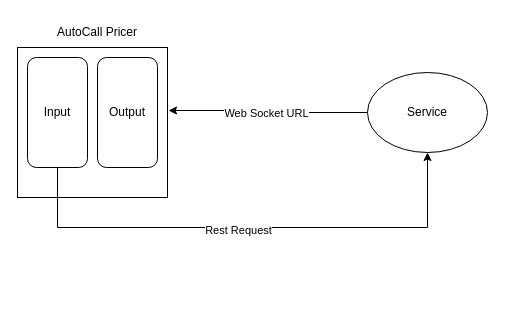
Earlier version of the draw.io diagram src/autocall.drawio (appasaheb4/assessment). Source tidied: cells renumbered, new cells numbered last; positions are measured from the earlier drawing's top-left corner, leaving out a move shared by most shapes. Both pictures are drawn from the tidied source at 100%, with x=0, y=0 at pixel (17, 17).
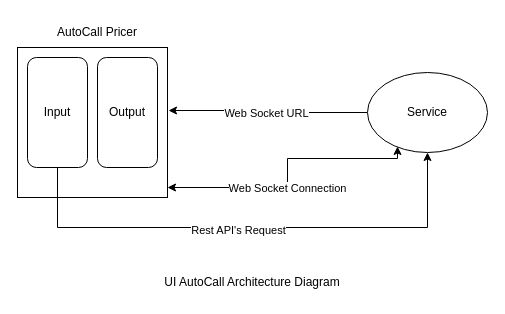
The same page after the edit.

Change to the diagram source:
```diff
@@
 <mxGraphModel>
   <root>
     <mxCell id="0" />
     <mxCell id="1" parent="0" />
+    <mxCell id="11" style="edgeStyle=orthogonalEdgeStyle;rounded=0;jettySize=auto;html=1;startArrow=classic;startFill=1;entryX=0.25;entryY=0.925;entryDx=0;entryDy=0;entryPerimeter=0;" parent="1" edge="1" target="10">
+      <mxGeometry relative="1" as="geometry">
+        <mxPoint x="150" y="170" as="sourcePoint" />
+        <Array as="points">
+          <mxPoint x="270" y="170" />
+          <mxPoint x="270" y="141" />
+          <mxPoint x="380" y="141" />
+        </Array>
+      </mxGeometry>
+    </mxCell>
+    <mxCell id="12" value="Web Socket Connection" style="edgeLabel;html=1;align=center;verticalAlign=middle;" parent="11" vertex="1">
+      <mxGeometry x="-0.12" relative="1" as="geometry" />
+    </mxCell>
     <mxCell id="2" value="&lt;div&gt;&lt;br&gt;&lt;/div&gt;&lt;div&gt;&lt;br&gt;&lt;/div&gt;" style="whiteSpace=wrap;html=1;" parent="1" vertex="1">
       <mxGeometry y="30" width="150" height="150" as="geometry" />
     </mxCell>
     <mxCell id="3" style="edgeStyle=orthogonalEdgeStyle;rounded=0;jettySize=auto;html=1;exitX=0.5;exitY=1;exitDx=0;exitDy=0;entryX=0.5;entryY=1;entryDx=0;entryDy=0;" parent="1" edge="1" source="5" target="10">
       <mxGeometry relative="1" as="geometry">
         <Array as="points">
           <mxPoint x="40" y="210" />
           <mxPoint x="410" y="210" />
         </Array>
       </mxGeometry>
     </mxCell>
-    <mxCell id="4" value="Rest Request" style="edgeLabel;html=1;align=center;verticalAlign=middle;" parent="3" vertex="1">
+    <mxCell id="4" value="Rest API's Request" style="edgeLabel;html=1;align=center;verticalAlign=middle;" parent="3" vertex="1">
       <mxGeometry x="-0.05" y="-2" relative="1" as="geometry" />
     </mxCell>
     <mxCell id="5" value="Input" style="rounded=1;whiteSpace=wrap;html=1;" parent="1" vertex="1">
       <mxGeometry x="10" y="40" width="60" height="110" as="geometry" />
     </mxCell>
     <mxCell id="6" value="Output" style="rounded=1;whiteSpace=wrap;html=1;" parent="1" vertex="1">
       <mxGeometry x="80" y="40" width="60" height="110" as="geometry" />
     </mxCell>
     <mxCell id="7" value="AutoCall Pricer" style="text;html=1;align=center;verticalAlign=middle;whiteSpace=wrap;rounded=0;" parent="1" vertex="1">
       <mxGeometry x="30" width="100" height="30" as="geometry" />
     </mxCell>
     <mxCell id="8" style="edgeStyle=orthogonalEdgeStyle;rounded=0;jettySize=auto;html=1;exitX=0;exitY=0.5;exitDx=0;exitDy=0;entryX=1.007;entryY=0.42;entryDx=0;entryDy=0;entryPerimeter=0;" parent="1" edge="1" source="10" target="2">
       <mxGeometry relative="1" as="geometry" />
     </mxCell>
     <mxCell id="9" value="Web Socket URL" style="edgeLabel;html=1;align=center;verticalAlign=middle;" parent="8" vertex="1">
       <mxGeometry x="0.04" y="2" relative="1" as="geometry" />
     </mxCell>
     <mxCell id="10" value="Service" style="ellipse;whiteSpace=wrap;html=1;" parent="1" vertex="1">
       <mxGeometry x="350" y="55" width="120" height="80" as="geometry" />
     </mxCell>
+    <mxCell id="13" value="UI AutoCall A&lt;span&gt;rchitecture&lt;/span&gt;&amp;nbsp;Diagram" style="text;html=1;align=center;verticalAlign=middle;whiteSpace=wrap;rounded=0;" parent="1" vertex="1">
+      <mxGeometry x="110" y="250" width="250" height="30" as="geometry" />
+    </mxCell>
   </root>
 </mxGraphModel>
```
